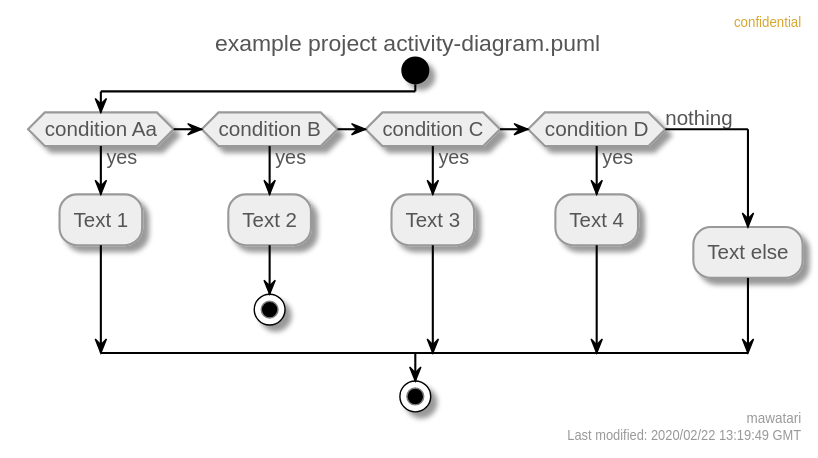
Earlier version of the PlantUML export activity-diagram.svg (mawatari/example-project-uml).
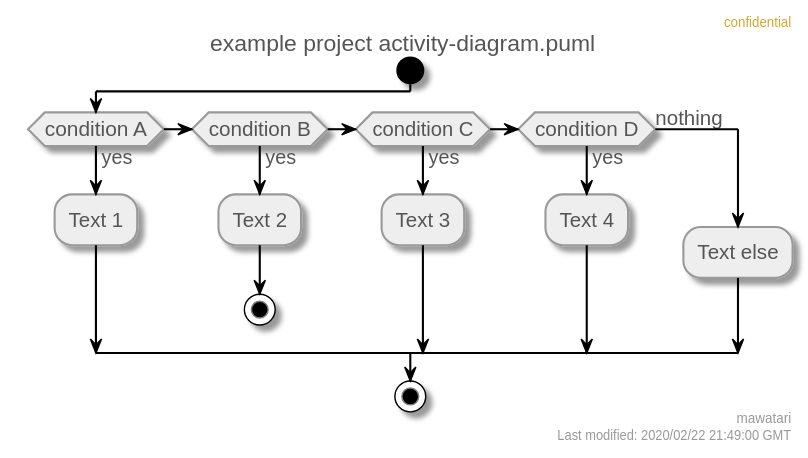
Above is the later version.

Commit message:
Automatically generated PlantUML images.

The edit, as a diff of the source:
```diff
@@ -38,11 +38,11 @@
   DiamondBorderColor #999999
 }
 right header confidential
-right footer mawatari\nLast modified: 2020/02/22 13:19:49 GMT
+right footer mawatari\nLast modified: 2020/02/22 21:49:00 GMT
 title example project activity-diagram.puml
 
 start
-if (condition Aa) then (yes)
+if (condition A) then (yes)
   :Text 1;
 elseif (condition B) then (yes)
   :Text 2;
```
